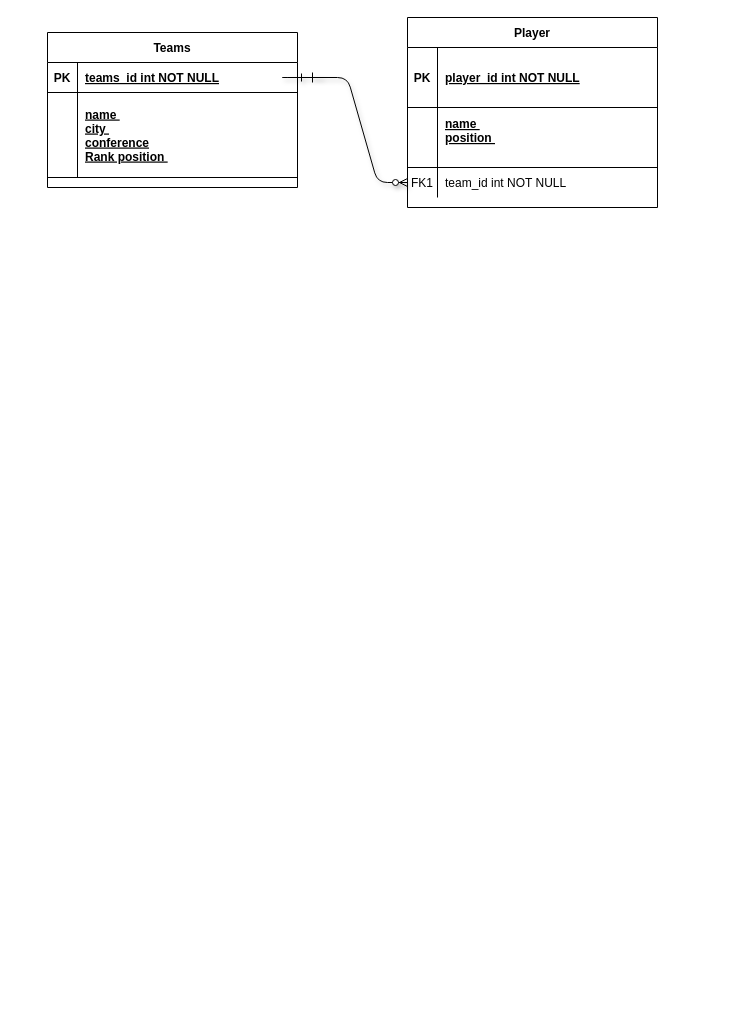
Before: documentation/Untitled Diagram.drawio in PhilipL1/project-bball, a draw.io diagram. Source tidied: cells renumbered, new cells numbered last; positions are measured from the earlier drawing's top-left corner, leaving out a move shared by most shapes. Both pictures are drawn from the tidied source at 100%, with x=0, y=0 at pixel (47, 17). Pictures stored in the file or linked from it are replaced by grey dashed boxes.
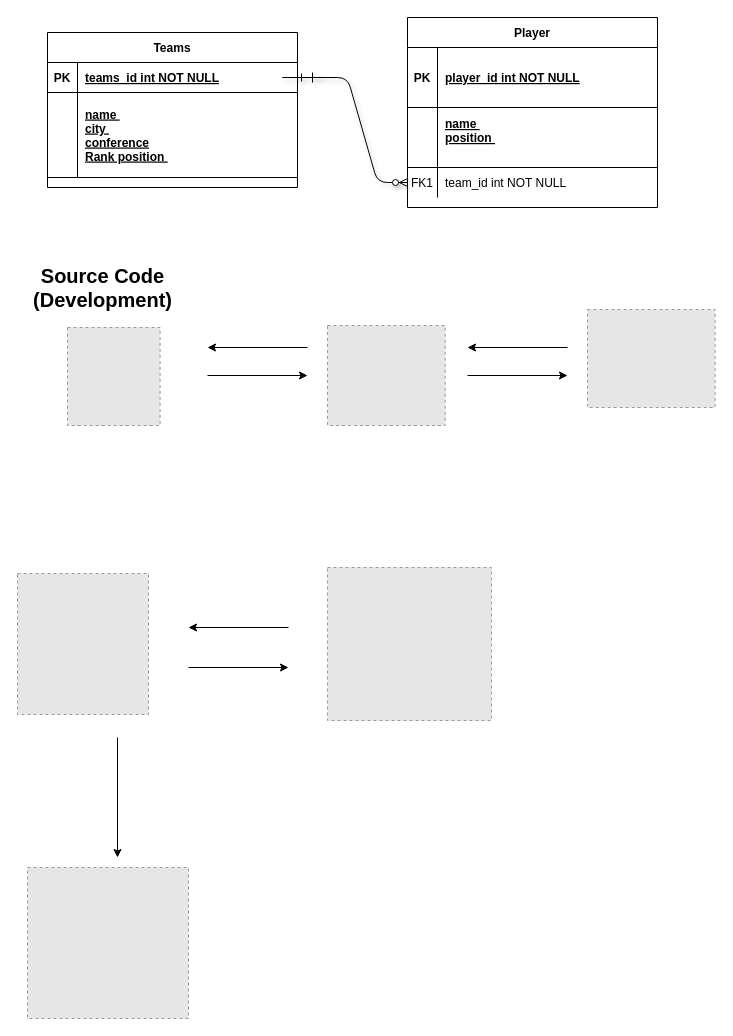
Above is the later version.

The edit, as a diff of the source:
```diff
@@
+    <mxCell id="22" style="fillColor=#E6E6E6;strokeColor=#999999;dashed=1;verticalLabelPosition=bottom;labelBackgroundColor=#ffffff;verticalAlign=top;" parent="1" vertex="1">
+      <mxGeometry x="280" y="308" width="117.7" height="100" as="geometry" />
+    </mxCell>
+    <mxCell id="23" style="fillColor=#E6E6E6;strokeColor=#999999;dashed=1;verticalLabelPosition=bottom;labelBackgroundColor=#ffffff;verticalAlign=top;" parent="1" vertex="1">
+      <mxGeometry x="20" y="310" width="92.6" height="98" as="geometry" />
+    </mxCell>
+    <mxCell id="24" style="fillColor=#E6E6E6;strokeColor=#999999;dashed=1;verticalLabelPosition=bottom;labelBackgroundColor=#ffffff;verticalAlign=top;" parent="1" vertex="1">
+      <mxGeometry x="280" y="550" width="164" height="153" as="geometry" />
+    </mxCell>
+    <mxCell id="25" style="fillColor=#E6E6E6;strokeColor=#999999;dashed=1;verticalLabelPosition=bottom;labelBackgroundColor=#ffffff;verticalAlign=top;" parent="1" vertex="1">
+      <mxGeometry x="-30" y="556" width="131" height="141" as="geometry" />
+    </mxCell>
+    <mxCell id="26" style="fillColor=#E6E6E6;strokeColor=#999999;dashed=1;verticalLabelPosition=bottom;labelBackgroundColor=#ffffff;verticalAlign=top;" parent="1" vertex="1">
+      <mxGeometry x="-20" y="850" width="161" height="151" as="geometry" />
+    </mxCell>
+    <mxCell id="27" style="endArrow=classic;html=1;" parent="1" edge="1">
+      <mxGeometry relative="1" as="geometry">
+        <mxPoint x="420" y="358" as="sourcePoint" />
+        <mxPoint x="520" y="358" as="targetPoint" />
+      </mxGeometry>
+    </mxCell>
+    <mxCell id="28" style="endArrow=classic;html=1;" parent="1" edge="1">
+      <mxGeometry relative="1" as="geometry">
+        <mxPoint x="520" y="330" as="sourcePoint" />
+        <mxPoint x="420" y="330" as="targetPoint" />
+      </mxGeometry>
+    </mxCell>
+    <mxCell id="29" style="endArrow=classic;html=1;" parent="1" edge="1">
+      <mxGeometry relative="1" as="geometry">
+        <mxPoint x="160" y="358" as="sourcePoint" />
+        <mxPoint x="260" y="358" as="targetPoint" />
+      </mxGeometry>
+    </mxCell>
+    <mxCell id="30" style="endArrow=classic;html=1;" parent="1" edge="1">
+      <mxGeometry relative="1" as="geometry">
+        <mxPoint x="141" y="650" as="sourcePoint" />
+        <mxPoint x="241" y="650" as="targetPoint" />
+      </mxGeometry>
+    </mxCell>
+    <mxCell id="31" style="endArrow=classic;html=1;" parent="1" edge="1">
+      <mxGeometry relative="1" as="geometry">
+        <mxPoint x="260" y="330" as="sourcePoint" />
+        <mxPoint x="160" y="330" as="targetPoint" />
+      </mxGeometry>
+    </mxCell>
+    <mxCell id="32" style="endArrow=classic;html=1;" parent="1" edge="1">
+      <mxGeometry relative="1" as="geometry">
+        <mxPoint x="241" y="610" as="sourcePoint" />
+        <mxPoint x="141" y="610" as="targetPoint" />
+      </mxGeometry>
+    </mxCell>
+    <mxCell id="33" style="endArrow=classic;html=1;" parent="1" edge="1">
+      <mxGeometry relative="1" as="geometry">
+        <mxPoint x="70" y="720" as="sourcePoint" />
+        <mxPoint x="70" y="840" as="targetPoint" />
+      </mxGeometry>
+    </mxCell>
+    <mxCell id="34" value="&lt;font size=&quot;1&quot;&gt;&lt;b style=&quot;font-size: 20px&quot;&gt;Source Code &lt;br&gt;(Development)&lt;/b&gt;&lt;/font&gt;" style="text;html=1;align=center;verticalAlign=middle;fillColor=none;strokeColor=none;rounded=0;" parent="1" vertex="1">
+      <mxGeometry x="-20" y="250" width="150" height="40" as="geometry" />
+    </mxCell>
+    <mxCell id="35" style="fillColor=#E6E6E6;strokeColor=#999999;dashed=1;verticalLabelPosition=bottom;labelBackgroundColor=#ffffff;verticalAlign=top;" parent="1" vertex="1">
+      <mxGeometry x="540" y="292" width="127.6" height="98" as="geometry" />
+    </mxCell>
```
